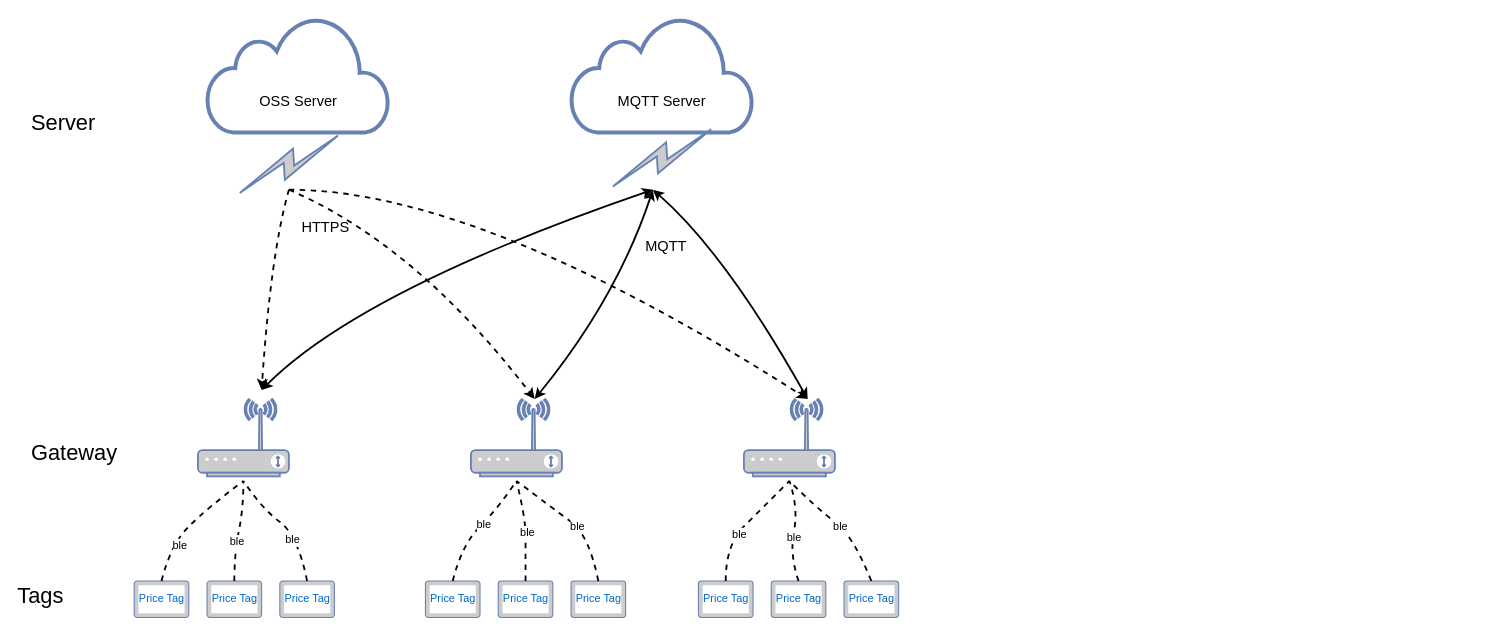
This is PriceTag.drawio from zjh6607476/drawing, a draw.io file, before an edit. Source tidied: cells renumbered, new cells numbered last; positions are measured from the earlier drawing's top-left corner, leaving out a move shared by most shapes. Both pictures are drawn from the tidied source at 91%, with x=0, y=0 at pixel (15, 16).
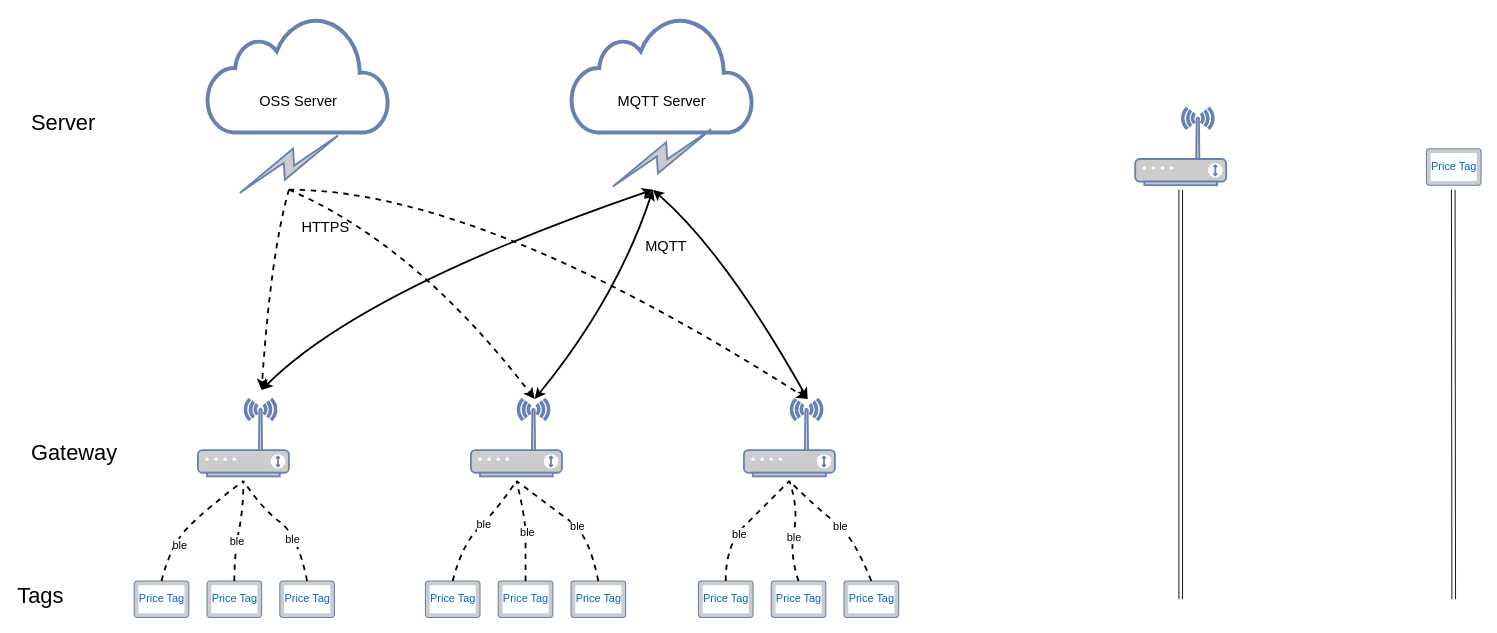
After the change.

Diff of the diagram source:
```diff
@@
+    <mxCell id="47" style="fontColor=#0066CC;verticalAlign=top;verticalLabelPosition=bottom;labelPosition=center;align=center;html=1;fillColor=#CCCCCC;strokeColor=#6881B3;gradientColor=none;gradientDirection=north;strokeWidth=2;shape=mxgraph.networks.wireless_modem;" parent="1" vertex="1">
+      <mxGeometry x="1230" y="100" width="100" height="85" as="geometry" />
+    </mxCell>
+    <mxCell id="48" value="Price Tag&lt;br&gt;" style="fontColor=#0066CC;verticalAlign=middle;verticalLabelPosition=middle;labelPosition=center;align=center;html=1;fillColor=#CCCCCC;strokeColor=#6881B3;gradientColor=none;gradientDirection=north;strokeWidth=2;shape=mxgraph.networks.tablet;horizontal=1;" parent="1" vertex="1">
+      <mxGeometry x="1550" y="145" width="60" height="40" as="geometry" />
+    </mxCell>
+    <mxCell id="49" style="shape=link;html=1;" parent="1" edge="1">
+      <mxGeometry relative="1" as="geometry">
+        <mxPoint x="1280" y="640" as="sourcePoint" />
+        <mxPoint x="1280" y="190" as="targetPoint" />
+      </mxGeometry>
+    </mxCell>
+    <mxCell id="50" style="shape=link;html=1;" parent="1" edge="1">
+      <mxGeometry relative="1" as="geometry">
+        <mxPoint x="1580" y="640" as="sourcePoint" />
+        <mxPoint x="1579.5" y="190" as="targetPoint" />
+      </mxGeometry>
+    </mxCell>
```
